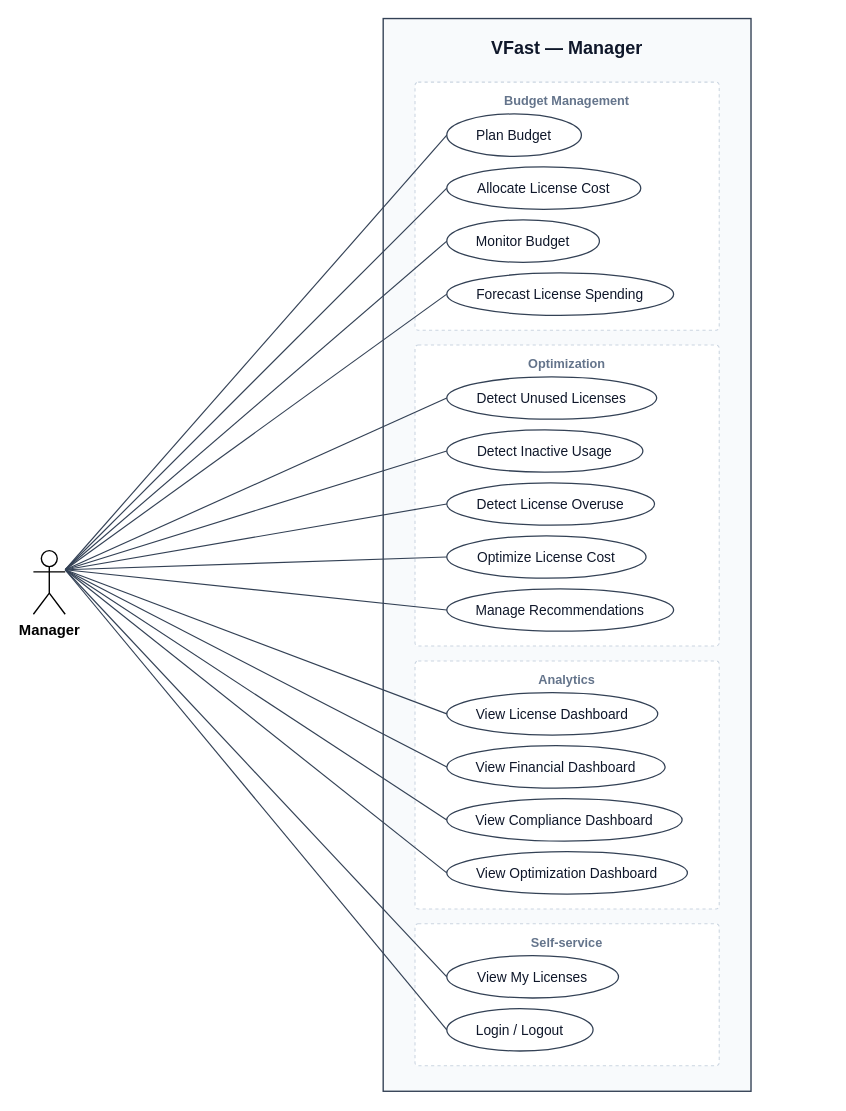
The draw.io diagram docs/diagrams/out/uc_manager.drawio in cuonglpv/VFast, before the edit. Source tidied: cells renumbered, new cells numbered last; positions are measured from the earlier drawing's top-left corner, leaving out a move shared by most shapes. Both pictures are drawn from the tidied source at 106%, with x=0, y=0 at pixel (33, 18).
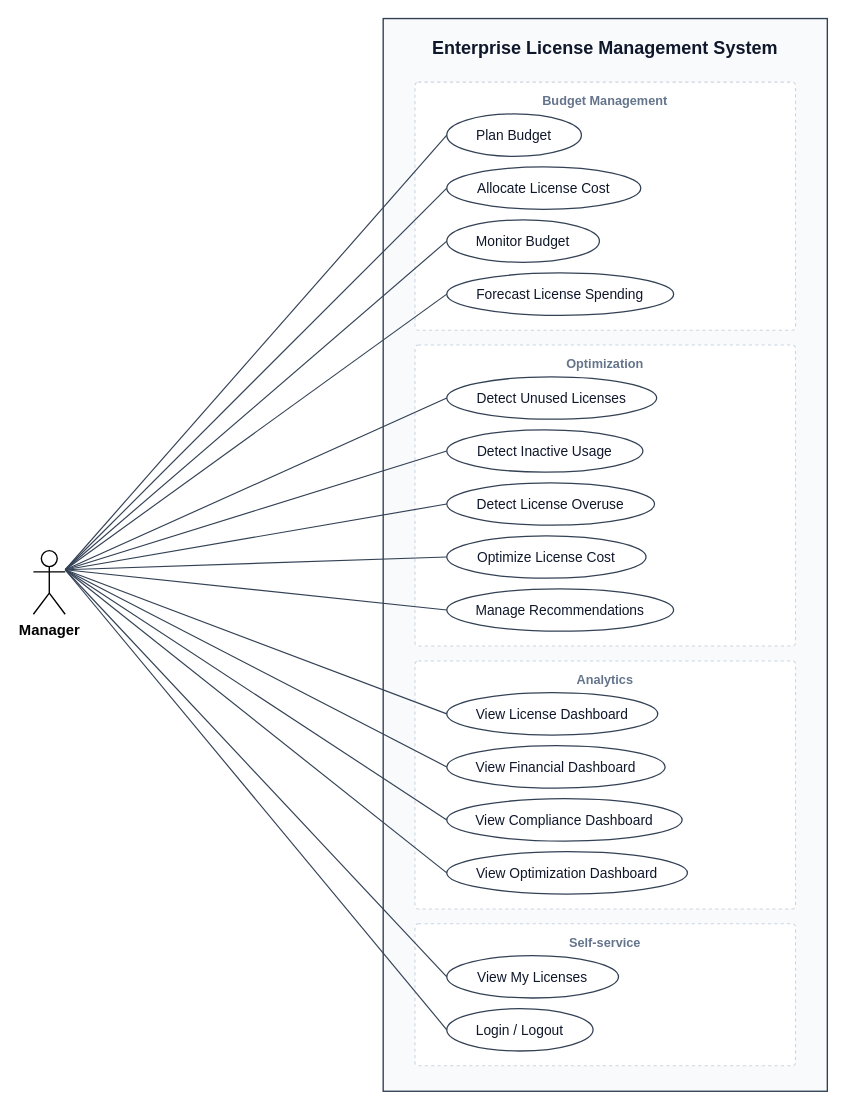
After the change.

The edit, as a diff of the source:
```diff
@@
-    <mxCell id="2" value="VFast — Manager" style="rounded=0;whiteSpace=wrap;html=1;fillColor=#F8FAFC;strokeColor=#334155;strokeWidth=1.3;verticalAlign=top;fontSize=17;fontStyle=1;fontColor=#0f172a;spacingTop=12;fontFamily=Arial;" parent="1" vertex="1">
-      <mxGeometry x="330" width="347" height="1012" as="geometry" />
+    <mxCell id="2" value="Enterprise License Management System" style="rounded=0;whiteSpace=wrap;html=1;fillColor=#F8FAFC;strokeColor=#334155;strokeWidth=1.3;verticalAlign=top;fontSize=17;fontStyle=1;fontColor=#0f172a;spacingTop=12;fontFamily=Arial;" parent="1" vertex="1">
+      <mxGeometry x="330" width="419" height="1012" as="geometry" />
     </mxCell>
     <mxCell id="3" value="Budget Management" style="rounded=1;arcSize=6;absoluteArcSize=1;whiteSpace=wrap;html=1;fillColor=#ffffff;strokeColor=#CBD5E1;dashed=1;strokeWidth=1;verticalAlign=top;align=center;spacingTop=4;fontSize=12;fontStyle=1;fontColor=#64748B;fontFamily=Arial;" parent="1" vertex="1">
-      <mxGeometry x="360" y="60" width="287" height="234" as="geometry" />
+      <mxGeometry x="360" y="60" width="359" height="234" as="geometry" />
     </mxCell>
     <mxCell id="4" value="Optimization" style="rounded=1;arcSize=6;absoluteArcSize=1;whiteSpace=wrap;html=1;fillColor=#ffffff;strokeColor=#CBD5E1;dashed=1;strokeWidth=1;verticalAlign=top;align=center;spacingTop=4;fontSize=12;fontStyle=1;fontColor=#64748B;fontFamily=Arial;" parent="1" vertex="1">
-      <mxGeometry x="360" y="308" width="287" height="284" as="geometry" />
+      <mxGeometry x="360" y="308" width="359" height="284" as="geometry" />
     </mxCell>
     <mxCell id="5" value="Analytics" style="rounded=1;arcSize=6;absoluteArcSize=1;whiteSpace=wrap;html=1;fillColor=#ffffff;strokeColor=#CBD5E1;dashed=1;strokeWidth=1;verticalAlign=top;align=center;spacingTop=4;fontSize=12;fontStyle=1;fontColor=#64748B;fontFamily=Arial;" parent="1" vertex="1">
-      <mxGeometry x="360" y="606" width="287" height="234" as="geometry" />
+      <mxGeometry x="360" y="606" width="359" height="234" as="geometry" />
     </mxCell>
     <mxCell id="6" value="Self-service" style="rounded=1;arcSize=6;absoluteArcSize=1;whiteSpace=wrap;html=1;fillColor=#ffffff;strokeColor=#CBD5E1;dashed=1;strokeWidth=1;verticalAlign=top;align=center;spacingTop=4;fontSize=12;fontStyle=1;fontColor=#64748B;fontFamily=Arial;" parent="1" vertex="1">
-      <mxGeometry x="360" y="854" width="287" height="134" as="geometry" />
+      <mxGeometry x="360" y="854" width="359" height="134" as="geometry" />
     </mxCell>
```
